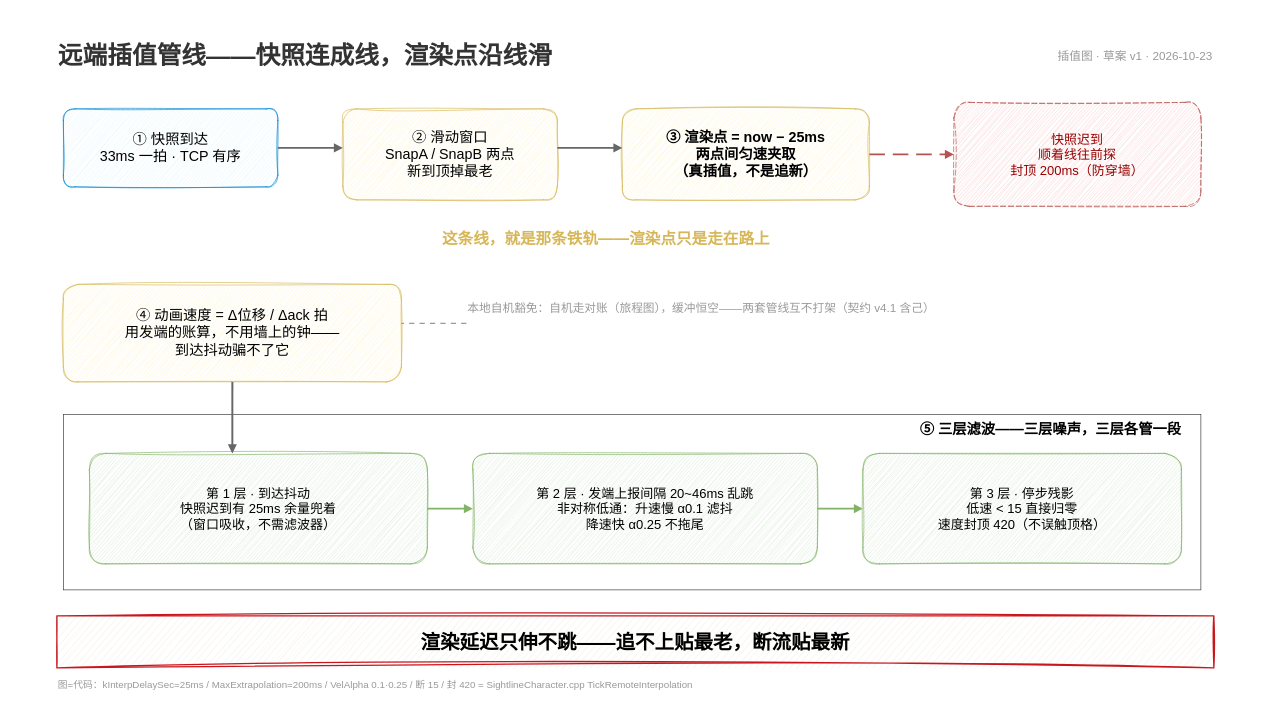
Before: docs/episodes/ep04/trilogy/t2_interp.drawio in x-PiXiu/Sightline, a draw.io diagram. Source tidied: cells renumbered, new cells numbered last; positions are measured from the earlier drawing's top-left corner, leaving out a move shared by most shapes. Both pictures are drawn from the tidied source at 65%, with x=0, y=0 at pixel (11, 11).
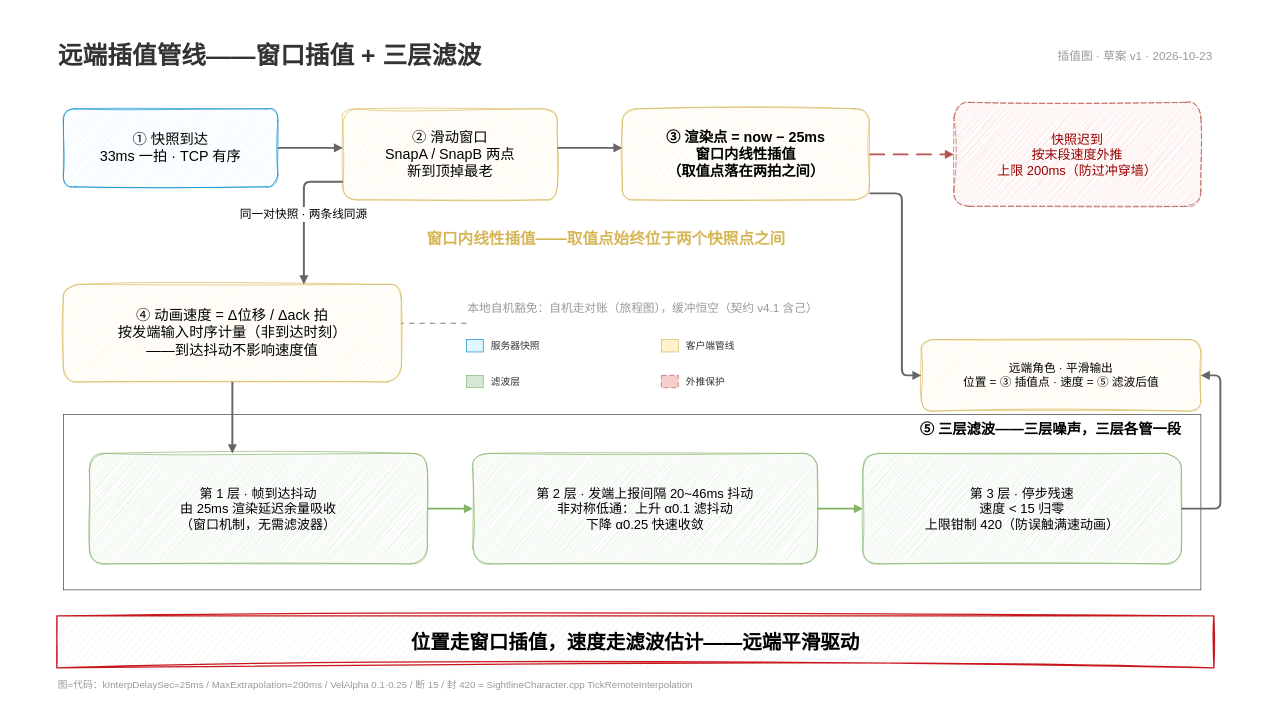
The same diagram, later.

Commit message (it also covers changes not shown here):
ep04 t2 图词表专业术语化（v13.7）：铁轨/两口钟/账/兜住/拖尾比喻链全撤——窗口内线性插值/末段速度外推/发端输入时序计量/上下沿低通/停步残速/上限钳制直述；drawio 十处+t2f 产线 GROUPS 同步同词表，t2_interp.png+t2f_0~8 重渲目检过

Diff of the diagram source:
```diff
@@
-    <mxCell id="3" value="远端插值管线——快照连成线，渲染点沿线滑" style="text;fontSize=38;fontStyle=1;fontColor=#333333;align=left;whiteSpace=wrap;" parent="1" vertex="1">
+    <mxCell id="3" value="远端插值管线——窗口插值 + 三层滤波" style="text;fontSize=38;fontStyle=1;fontColor=#333333;align=left;whiteSpace=wrap;" parent="1" vertex="1">
       <mxGeometry x="70" y="40" width="1300" height="60" as="geometry" />
     </mxCell>
@@
-    <mxCell id="7" value="③ 渲染点 = now − 25ms&#10;两点间匀速夹取&#10;（真插值，不是追新）" style="rounded=1;whiteSpace=wrap;fillColor=#fff2cc;strokeColor=#d6b656;fontSize=22;fontStyle=1;sketch=1;curveFitting=1;jiggle=2;" parent="1" vertex="1">
+    <mxCell id="7" value="③ 渲染点 = now − 25ms&#10;窗口内线性插值&#10;（取值点落在两拍之间）" style="rounded=1;whiteSpace=wrap;fillColor=#fff2cc;strokeColor=#d6b656;fontSize=22;fontStyle=1;sketch=1;curveFitting=1;jiggle=2;" parent="1" vertex="1">
       <mxGeometry x="940" y="150" width="380" height="140" as="geometry" />
     </mxCell>
-    <mxCell id="8" value="快照迟到&#10;顺着线往前探&#10;封顶 200ms（防穿墙）" style="rounded=1;whiteSpace=wrap;fillColor=#f8cecc;strokeColor=#b85450;fontSize=20;fontColor=#990000;dashed=1;dashPattern=8 4;sketch=1;curveFitting=1;jiggle=2;" parent="1" vertex="1">
+    <mxCell id="8" value="快照迟到&#10;按末段速度外推&#10;上限 200ms（防过冲穿墙）" style="rounded=1;whiteSpace=wrap;fillColor=#f8cecc;strokeColor=#b85450;fontSize=20;fontColor=#990000;dashed=1;dashPattern=8 4;sketch=1;curveFitting=1;jiggle=2;" parent="1" vertex="1">
       <mxGeometry x="1450" y="140" width="380" height="160" as="geometry" />
     </mxCell>
@@
-    <mxCell id="12" value="这条线，就是那条铁轨——渲染点只是走在路上" style="text;fontSize=24;fontStyle=1;fontColor=#d6b656;align=center;whiteSpace=wrap;" parent="1" vertex="1">
+    <mxCell id="12" value="窗口内线性插值——取值点始终位于两个快照点之间" style="text;fontSize=24;fontStyle=1;fontColor=#d6b656;align=center;whiteSpace=wrap;" parent="1" vertex="1">
       <mxGeometry x="510" y="330" width="810" height="44" as="geometry" />
     </mxCell>
-    <mxCell id="13" value="④ 动画速度 = Δ位移 / Δack 拍&#10;用发端的账算，不用墙上的钟——&#10;到达抖动骗不了它" style="rounded=1;whiteSpace=wrap;fillColor=#fff2cc;strokeColor=#d6b656;fontSize=22;sketch=1;curveFitting=1;jiggle=2;" parent="1" vertex="1">
+    <mxCell id="13" value="④ 动画速度 = Δ位移 / Δack 拍&#10;按发端输入时序计量（非到达时刻）&#10;——到达抖动不影响速度值" style="rounded=1;whiteSpace=wrap;fillColor=#fff2cc;strokeColor=#d6b656;fontSize=22;sketch=1;curveFitting=1;jiggle=2;" parent="1" vertex="1">
       <mxGeometry x="80" y="420" width="520" height="150" as="geometry" />
     </mxCell>
@@
-    <mxCell id="15" value="第 1 层 · 到达抖动&#10;快照迟到有 25ms 余量兜着&#10;（窗口吸收，不需滤波器）" style="rounded=1;whiteSpace=wrap;fillColor=#d5e8d4;strokeColor=#82b366;fontSize=20;sketch=1;curveFitting=1;jiggle=2;" parent="1" vertex="1">
+    <mxCell id="15" value="第 1 层 · 帧到达抖动&#10;由 25ms 渲染延迟余量吸收&#10;（窗口机制，无需滤波器）" style="rounded=1;whiteSpace=wrap;fillColor=#d5e8d4;strokeColor=#82b366;fontSize=20;sketch=1;curveFitting=1;jiggle=2;" parent="1" vertex="1">
       <mxGeometry x="120" y="680" width="520" height="170" as="geometry" />
     </mxCell>
-    <mxCell id="16" value="第 2 层 · 发端上报间隔 20~46ms 乱跳&#10;非对称低通：升速慢 α0.1 滤抖&#10;降速快 α0.25 不拖尾" style="rounded=1;whiteSpace=wrap;fillColor=#d5e8d4;strokeColor=#82b366;fontSize=20;sketch=1;curveFitting=1;jiggle=2;" parent="1" vertex="1">
+    <mxCell id="16" value="第 2 层 · 发端上报间隔 20~46ms 抖动&#10;非对称低通：上升 α0.1 滤抖动&#10;下降 α0.25 快速收敛" style="rounded=1;whiteSpace=wrap;fillColor=#d5e8d4;strokeColor=#82b366;fontSize=20;sketch=1;curveFitting=1;jiggle=2;" parent="1" vertex="1">
       <mxGeometry x="710" y="680" width="530" height="170" as="geometry" />
     </mxCell>
-    <mxCell id="17" value="第 3 层 · 停步残影&#10;低速 &lt; 15 直接归零&#10;速度封顶 420（不误触顶格）" style="rounded=1;whiteSpace=wrap;fillColor=#d5e8d4;strokeColor=#82b366;fontSize=20;sketch=1;curveFitting=1;jiggle=2;" parent="1" vertex="1">
+    <mxCell id="17" value="第 3 层 · 停步残速&#10;速度 &lt; 15 归零&#10;上限钳制 420（防误触满速动画）" style="rounded=1;whiteSpace=wrap;fillColor=#d5e8d4;strokeColor=#82b366;fontSize=20;sketch=1;curveFitting=1;jiggle=2;" parent="1" vertex="1">
       <mxGeometry x="1310" y="680" width="490" height="170" as="geometry" />
     </mxCell>
@@
-    <mxCell id="21" value="本地自机豁免：自机走对账（旅程图），缓冲恒空——两套管线互不打架（契约 v4.1 含己）" style="text;fontSize=18;fontColor=#999999;align=left;whiteSpace=wrap;" parent="1" vertex="1">
-      <mxGeometry x="700" y="440" width="1130" height="40" as="geometry" />
+    <mxCell id="21" value="本地自机豁免：自机走对账（旅程图），缓冲恒空（契约 v4.1 含己）" style="text;fontSize=18;fontColor=#999999;align=left;whiteSpace=wrap;" parent="1" vertex="1">
+      <mxGeometry x="700" y="440" width="660" height="40" as="geometry" />
     </mxCell>
@@
+    <mxCell id="25" value="同一对快照 · 两条线同源" style="edgeStyle=orthogonalEdgeStyle;strokeColor=#666666;strokeWidth=3;endArrow=block;endFill=1;labelBackgroundColor=#ffffff;fontSize=18;" parent="1" edge="1">
+      <mxGeometry relative="1" as="geometry">
+        <mxPoint x="510" y="262" as="sourcePoint" />
+        <mxPoint x="450" y="420" as="targetPoint" />
+        <Array as="points">
+          <mxPoint x="450" y="262" />
+        </Array>
+      </mxGeometry>
+    </mxCell>
+    <mxCell id="26" value="远端角色 · 平滑输出&#10;位置 = ③ 插值点 · 速度 = ⑤ 滤波后值" style="rounded=1;whiteSpace=wrap;fillColor=#fff2cc;strokeColor=#d6b656;fontSize=18;sketch=1;curveFitting=1;jiggle=2;" parent="1" vertex="1">
+      <mxGeometry x="1400" y="505" width="430" height="110" as="geometry" />
+    </mxCell>
+    <mxCell id="27" style="edgeStyle=orthogonalEdgeStyle;strokeColor=#666666;strokeWidth=3;endArrow=block;endFill=1;" parent="1" edge="1">
+      <mxGeometry relative="1" as="geometry">
+        <mxPoint x="1320" y="280" as="sourcePoint" />
+        <mxPoint x="1400" y="560" as="targetPoint" />
+        <Array as="points">
+          <mxPoint x="1370" y="280" />
+          <mxPoint x="1370" y="560" />
+        </Array>
+      </mxGeometry>
+    </mxCell>
+    <mxCell id="28" style="edgeStyle=orthogonalEdgeStyle;strokeColor=#666666;strokeWidth=3;endArrow=block;endFill=1;" parent="1" edge="1">
+      <mxGeometry relative="1" as="geometry">
+        <mxPoint x="1800" y="765" as="sourcePoint" />
+        <mxPoint x="1830" y="560" as="targetPoint" />
+        <Array as="points">
+          <mxPoint x="1860" y="765" />
+          <mxPoint x="1860" y="560" />
+        </Array>
+      </mxGeometry>
+    </mxCell>
+    <mxCell id="29" style="rounded=0;fillColor=#e1f5fe;strokeColor=#0288d1;" parent="1" vertex="1">
+      <mxGeometry x="700" y="505" width="26" height="19" as="geometry" />
+    </mxCell>
+    <mxCell id="30" value="服务器快照" style="text;fontSize=15;fontColor=#333333;align=left;whiteSpace=wrap;" parent="1" vertex="1">
+      <mxGeometry x="736" y="499" width="160" height="28" as="geometry" />
+    </mxCell>
+    <mxCell id="31" style="rounded=0;fillColor=#fff2cc;strokeColor=#d6b656;" parent="1" vertex="1">
+      <mxGeometry x="1000" y="505" width="26" height="19" as="geometry" />
+    </mxCell>
+    <mxCell id="32" value="客户端管线" style="text;fontSize=15;fontColor=#333333;align=left;whiteSpace=wrap;" parent="1" vertex="1">
+      <mxGeometry x="1036" y="499" width="160" height="28" as="geometry" />
+    </mxCell>
+    <mxCell id="33" style="rounded=0;fillColor=#d5e8d4;strokeColor=#82b366;" parent="1" vertex="1">
+      <mxGeometry x="700" y="560" width="26" height="19" as="geometry" />
+    </mxCell>
+    <mxCell id="34" value="滤波层" style="text;fontSize=15;fontColor=#333333;align=left;whiteSpace=wrap;" parent="1" vertex="1">
+      <mxGeometry x="736" y="554" width="120" height="28" as="geometry" />
+    </mxCell>
+    <mxCell id="35" style="rounded=0;fillColor=#f8cecc;strokeColor=#b85450;dashed=1;dashPattern=8 4;" parent="1" vertex="1">
+      <mxGeometry x="1000" y="560" width="26" height="19" as="geometry" />
+    </mxCell>
+    <mxCell id="36" value="外推保护" style="text;fontSize=15;fontColor=#333333;align=left;whiteSpace=wrap;" parent="1" vertex="1">
+      <mxGeometry x="1036" y="554" width="120" height="28" as="geometry" />
+    </mxCell>
-    <mxCell id="23" value="渲染延迟只伸不跳——追不上贴最老，断流贴最新" style="rounded=0;whiteSpace=wrap;fillColor=#f7f4ee;strokeColor=#c8161d;strokeWidth=2;fontSize=30;fontStyle=1;align=center;spacing=12;sketch=1;curveFitting=1;jiggle=2;" parent="1" vertex="1">
+    <mxCell id="23" value="位置走窗口插值，速度走滤波估计——远端平滑驱动" style="rounded=0;whiteSpace=wrap;fillColor=#f7f4ee;strokeColor=#c8161d;strokeWidth=2;fontSize=30;fontStyle=1;align=center;spacing=12;sketch=1;curveFitting=1;jiggle=2;" parent="1" vertex="1">
       <mxGeometry x="70" y="930" width="1780" height="80" as="geometry" />
     </mxCell>
```
